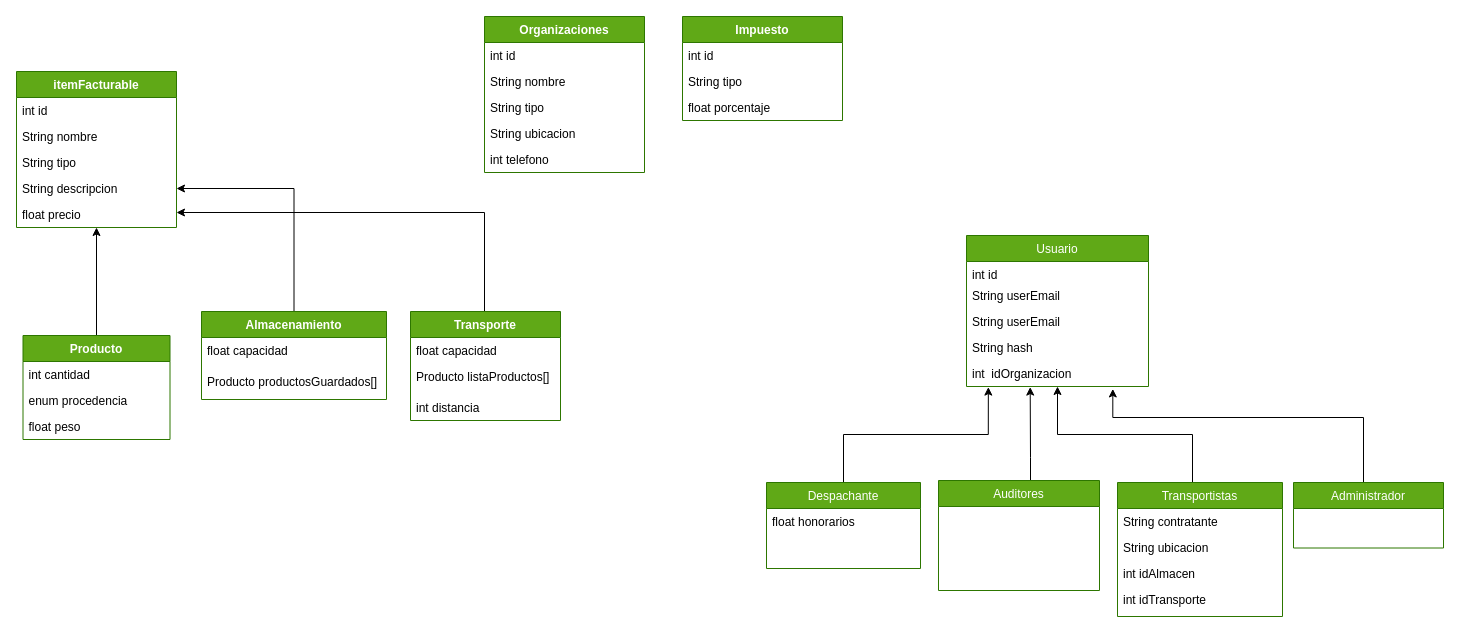
The draw.io diagram Diagrama_de_Clases.drawio in CTroya/lp3-java-rest-backend, before the edit. Source tidied: cells renumbered, new cells numbered last; positions are measured from the earlier drawing's top-left corner, leaving out a move shared by most shapes. Both pictures are drawn from the tidied source at 100%, with x=0, y=0 at pixel (16, 16).
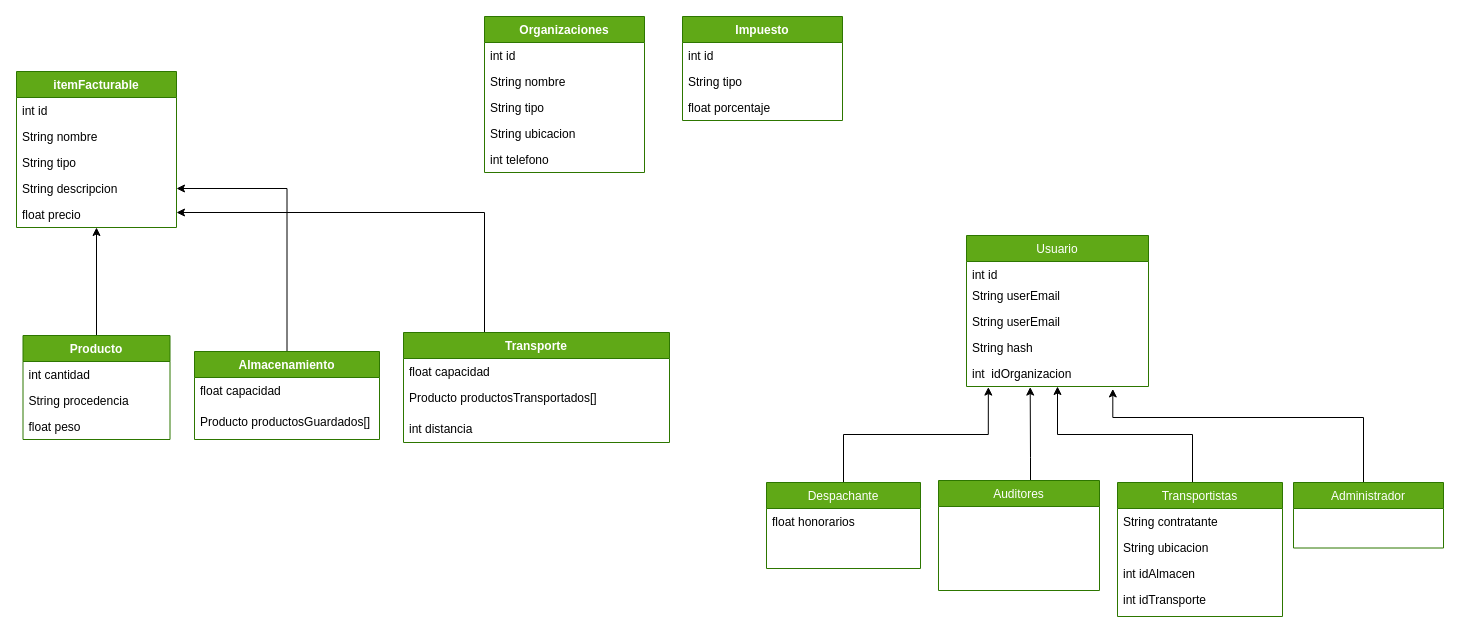
The same page after the edit.

Unchanged cells that the change refers to:
```xml
<mxCell id="22" value="Producto" style="swimlane;fontStyle=1;align=center;verticalAlign=top;horizontal=1;startSize=26;fillColor=#60a917;fontColor=#ffffff;strokeColor=#2D7600;" parent="1" vertex="1">
  <mxGeometry x="6.5" y="319" width="147" height="104" as="geometry" />
</mxCell>
```

Diff of the diagram source:
```diff
@@
-    <mxCell id="24" value="enum procedencia" style="text;strokeColor=none;fillColor=none;align=left;verticalAlign=top;spacingLeft=4;spacingRight=4;overflow=hidden;" parent="22" vertex="1">
+    <mxCell id="24" value="String procedencia" style="text;strokeColor=none;fillColor=none;align=left;verticalAlign=top;spacingLeft=4;spacingRight=4;overflow=hidden;" parent="22" vertex="1">
       <mxGeometry y="52" width="147" height="26" as="geometry" />
     </mxCell>
@@
     <mxCell id="33" value="Transporte" style="swimlane;fontStyle=1;align=center;verticalAlign=top;horizontal=1;startSize=26;fillColor=#60a917;fontColor=#ffffff;strokeColor=#2D7600;" parent="1" vertex="1">
-      <mxGeometry x="394" y="295" width="150" height="109" as="geometry" />
+      <mxGeometry x="387" y="316" width="266" height="110" as="geometry" />
     </mxCell>
     <mxCell id="34" value="float capacidad" style="text;strokeColor=none;fillColor=none;align=left;verticalAlign=top;spacingLeft=4;spacingRight=4;overflow=hidden;" parent="33" vertex="1">
-      <mxGeometry y="26" width="150" height="26" as="geometry" />
+      <mxGeometry y="26" width="266" height="26" as="geometry" />
     </mxCell>
-    <mxCell id="35" value="Producto listaProductos[]" style="text;strokeColor=none;fillColor=none;align=left;verticalAlign=top;spacingLeft=4;spacingRight=4;overflow=hidden;" parent="33" vertex="1">
-      <mxGeometry y="52" width="150" height="31" as="geometry" />
+    <mxCell id="35" value="Producto productosTransportados[]" style="text;strokeColor=none;fillColor=none;align=left;verticalAlign=top;spacingLeft=4;spacingRight=4;overflow=hidden;" parent="33" vertex="1">
+      <mxGeometry y="52" width="266" height="31" as="geometry" />
     </mxCell>
     <mxCell id="36" value="int distancia" style="text;strokeColor=none;fillColor=none;align=left;verticalAlign=top;spacingLeft=4;spacingRight=4;overflow=hidden;" parent="33" vertex="1">
-      <mxGeometry y="83" width="150" height="26" as="geometry" />
+      <mxGeometry y="83" width="266" height="27" as="geometry" />
     </mxCell>
@@
     <mxCell id="42" value="Almacenamiento" style="swimlane;fontStyle=1;align=center;verticalAlign=top;horizontal=1;startSize=26;fillColor=#60a917;fontColor=#ffffff;strokeColor=#2D7600;" parent="1" vertex="1">
-      <mxGeometry x="185" y="295" width="185" height="88" as="geometry" />
+      <mxGeometry x="178" y="335" width="185" height="88" as="geometry" />
     </mxCell>
```
